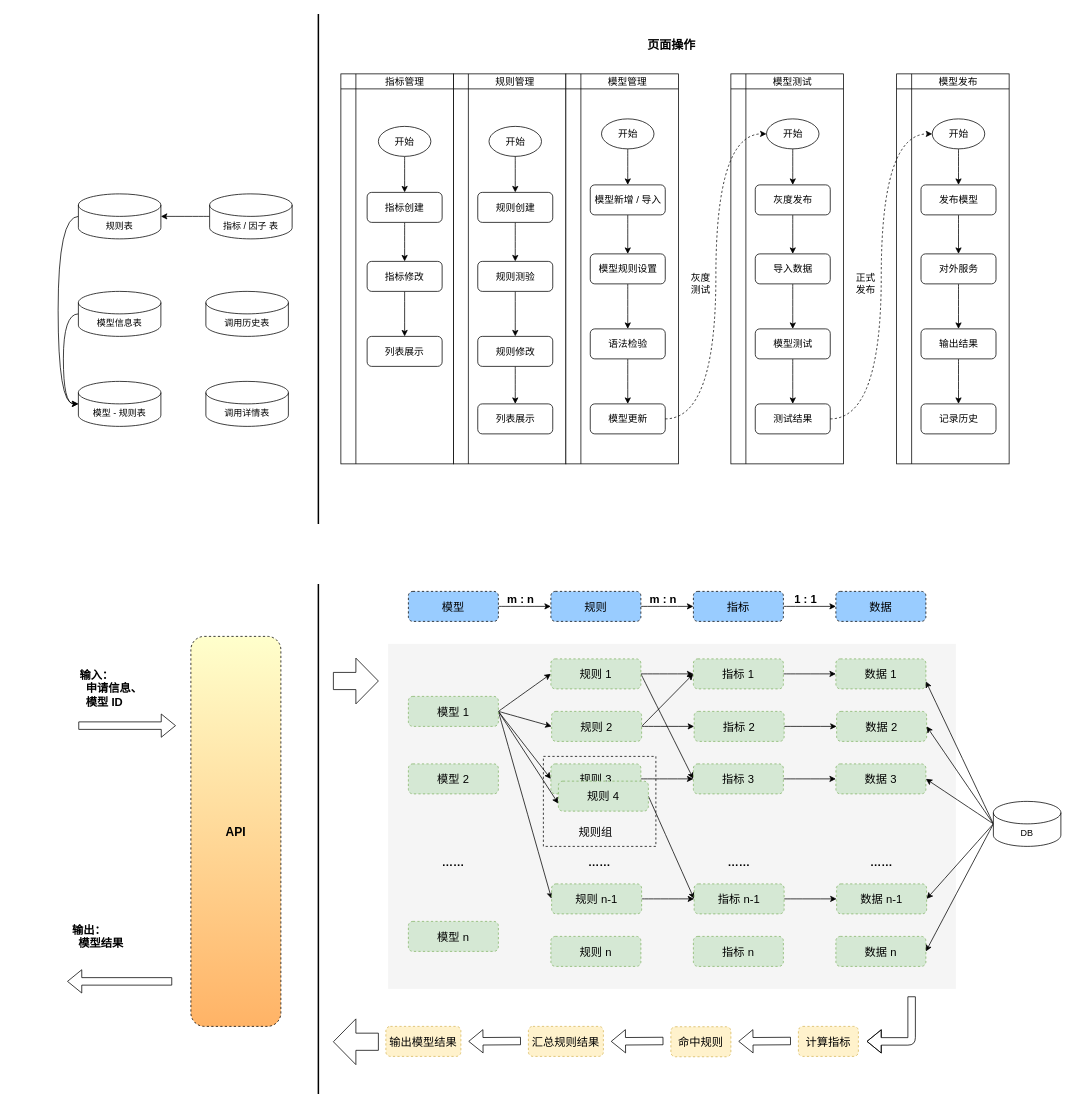
Earlier version of the draw.io diagram page "第 2 页" (2 of 2) of public/img/MapReduce.drawio (bruceFend/brucefend.github.io). Source tidied: cells renumbered, new cells numbered last; positions are measured from the earlier drawing's top-left corner, leaving out a move shared by most shapes. Both pictures are drawn from the tidied source at 75%, with x=0, y=0 at pixel (58, 14).
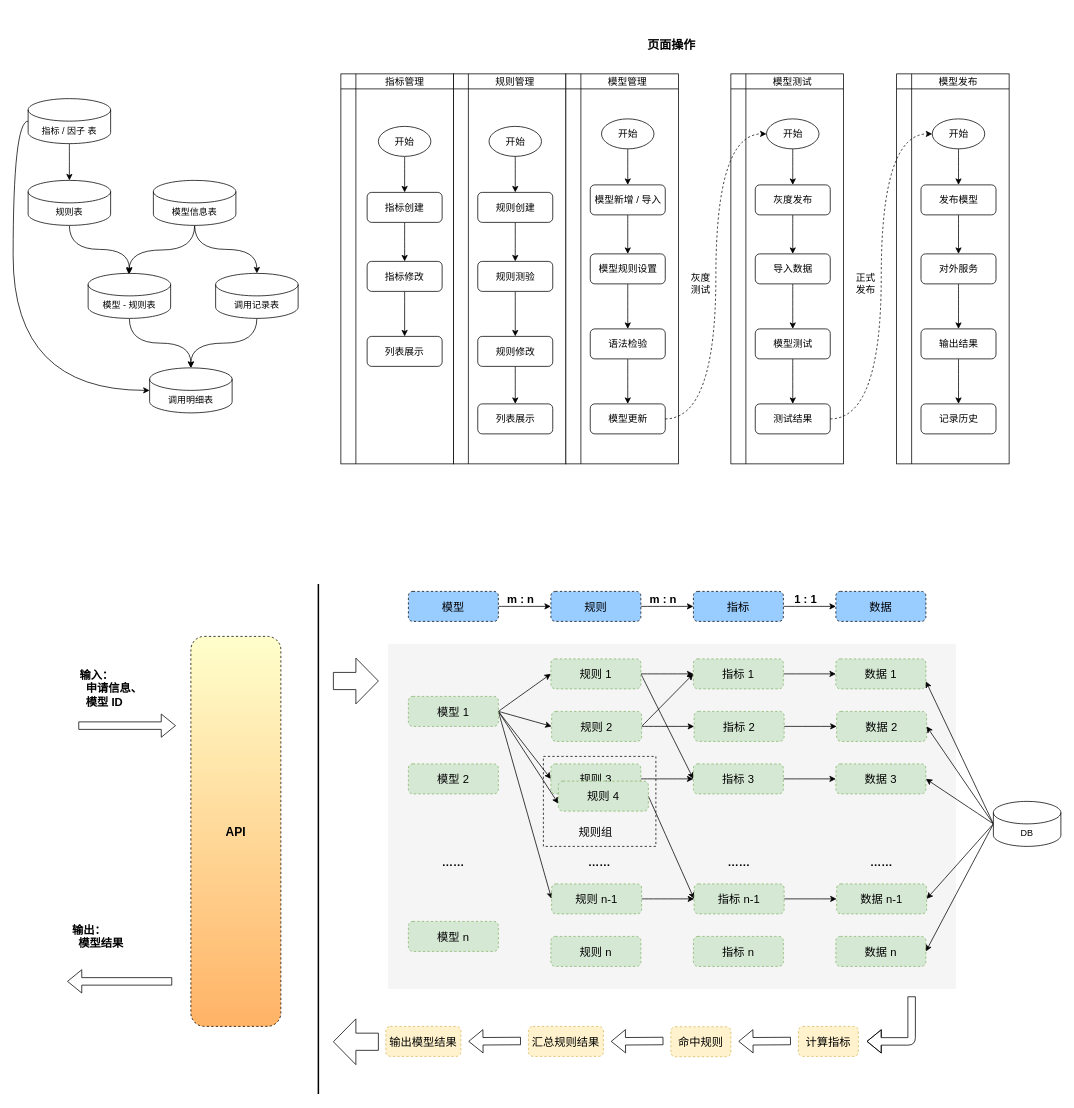
The same page after the edit.

The edit, as a diff of the source:
```diff
@@
-    <mxCell id="16" style="edgeStyle=orthogonalEdgeStyle;curved=1;rounded=0;jettySize=auto;html=1;exitX=0;exitY=0.5;exitDx=0;exitDy=0;exitPerimeter=0;entryX=1;entryY=0.5;entryDx=0;entryDy=0;entryPerimeter=0;fontSize=13;" parent="1" edge="1" source="17" target="19">
+    <mxCell id="16" style="edgeStyle=orthogonalEdgeStyle;curved=1;rounded=0;jettySize=auto;html=1;exitX=0.5;exitY=1;exitDx=0;exitDy=0;exitPerimeter=0;entryX=0.5;entryY=0;entryDx=0;entryDy=0;entryPerimeter=0;fontSize=13;" parent="1" edge="1" source="17" target="19">
       <mxGeometry relative="1" as="geometry" />
     </mxCell>
+    <mxCell id="148" style="edgeStyle=orthogonalEdgeStyle;curved=1;rounded=0;jettySize=auto;html=1;exitX=0;exitY=0.5;exitDx=0;exitDy=0;exitPerimeter=0;entryX=0;entryY=0.5;entryDx=0;entryDy=0;entryPerimeter=0;fontSize=13;" parent="1" edge="1" source="17" target="33">
+      <mxGeometry relative="1" as="geometry" />
+    </mxCell>
     <mxCell id="17" value="指标 / 因子 表" style="shape=cylinder3;whiteSpace=wrap;html=1;boundedLbl=1;backgroundOutline=1;size=15;" parent="1" vertex="1">
-      <mxGeometry x="202" y="240" width="110" height="60" as="geometry" />
+      <mxGeometry x="-40" y="113" width="110" height="60" as="geometry" />
     </mxCell>
-    <mxCell id="18" style="edgeStyle=orthogonalEdgeStyle;rounded=0;jettySize=auto;html=1;exitX=0;exitY=0.5;exitDx=0;exitDy=0;exitPerimeter=0;entryX=0;entryY=0.5;entryDx=0;entryDy=0;entryPerimeter=0;curved=1;" parent="1" edge="1" source="19" target="22">
-      <mxGeometry relative="1" as="geometry">
-        <Array as="points">
-          <mxPoint y="270" />
-          <mxPoint y="520" />
-        </Array>
-      </mxGeometry>
+    <mxCell id="18" style="edgeStyle=orthogonalEdgeStyle;curved=1;rounded=0;jettySize=auto;html=1;exitX=0.5;exitY=1;exitDx=0;exitDy=0;exitPerimeter=0;entryX=0.5;entryY=0;entryDx=0;entryDy=0;entryPerimeter=0;fontSize=13;" parent="1" edge="1" source="19" target="22">
+      <mxGeometry relative="1" as="geometry" />
     </mxCell>
     <mxCell id="19" value="规则表" style="shape=cylinder3;whiteSpace=wrap;html=1;boundedLbl=1;backgroundOutline=1;size=15;" parent="1" vertex="1">
-      <mxGeometry x="27" y="240" width="110" height="60" as="geometry" />
+      <mxGeometry x="-40" y="222" width="110" height="60" as="geometry" />
     </mxCell>
-    <mxCell id="20" style="edgeStyle=orthogonalEdgeStyle;rounded=0;jettySize=auto;html=1;exitX=0;exitY=0.5;exitDx=0;exitDy=0;exitPerimeter=0;entryX=0;entryY=0.5;entryDx=0;entryDy=0;entryPerimeter=0;curved=1;" parent="1" edge="1" source="21" target="22">
-      <mxGeometry relative="1" as="geometry">
-        <Array as="points">
-          <mxPoint x="7" y="400" />
-          <mxPoint x="7" y="520" />
-        </Array>
-      </mxGeometry>
-    </mxCell>
+    <mxCell id="149" style="edgeStyle=orthogonalEdgeStyle;curved=1;rounded=0;jettySize=auto;html=1;exitX=0.5;exitY=1;exitDx=0;exitDy=0;exitPerimeter=0;fontSize=13;" parent="1" edge="1" source="21">
+      <mxGeometry relative="1" as="geometry">
+        <mxPoint x="94.5" y="347.5" as="targetPoint" />
+      </mxGeometry>
+    </mxCell>
+    <mxCell id="150" style="edgeStyle=orthogonalEdgeStyle;curved=1;rounded=0;jettySize=auto;html=1;exitX=0.5;exitY=1;exitDx=0;exitDy=0;exitPerimeter=0;entryX=0.5;entryY=0;entryDx=0;entryDy=0;entryPerimeter=0;fontSize=13;" parent="1" edge="1" source="21" target="32">
+      <mxGeometry relative="1" as="geometry" />
+    </mxCell>
     <mxCell id="21" value="模型信息表" style="shape=cylinder3;whiteSpace=wrap;html=1;boundedLbl=1;backgroundOutline=1;size=15;" parent="1" vertex="1">
-      <mxGeometry x="27" y="370" width="110" height="60" as="geometry" />
+      <mxGeometry x="127" y="222" width="110" height="60" as="geometry" />
     </mxCell>
+    <mxCell id="151" style="edgeStyle=orthogonalEdgeStyle;curved=1;rounded=0;jettySize=auto;html=1;exitX=0.5;exitY=1;exitDx=0;exitDy=0;exitPerimeter=0;fontSize=13;entryX=0.5;entryY=0;entryDx=0;entryDy=0;entryPerimeter=0;" parent="1" edge="1" source="22" target="33">
+      <mxGeometry relative="1" as="geometry" />
+    </mxCell>
     <mxCell id="22" value="模型 - 规则表" style="shape=cylinder3;whiteSpace=wrap;html=1;boundedLbl=1;backgroundOutline=1;size=15;" parent="1" vertex="1">
-      <mxGeometry x="27" y="490" width="110" height="60" as="geometry" />
+      <mxGeometry x="40" y="346" width="110" height="60" as="geometry" />
     </mxCell>
-    <mxCell id="23" style="endArrow=none;html=1;strokeWidth=2;curved=1;" parent="1" edge="1">
-      <mxGeometry relative="1" as="geometry">
-        <mxPoint x="347" y="680" as="sourcePoint" />
-        <mxPoint x="347" as="targetPoint" />
-      </mxGeometry>
-    </mxCell>
@@
+    <mxCell id="152" style="edgeStyle=orthogonalEdgeStyle;curved=1;rounded=0;jettySize=auto;html=1;exitX=0.5;exitY=1;exitDx=0;exitDy=0;exitPerimeter=0;entryX=0.5;entryY=0;entryDx=0;entryDy=0;entryPerimeter=0;fontSize=13;" parent="1" edge="1" source="32" target="33">
+      <mxGeometry relative="1" as="geometry" />
+    </mxCell>
-    <mxCell id="32" value="调用历史表" style="shape=cylinder3;whiteSpace=wrap;html=1;boundedLbl=1;backgroundOutline=1;size=15;" parent="1" vertex="1">
-      <mxGeometry x="197" y="370" width="110" height="60" as="geometry" />
+    <mxCell id="32" value="调用记录表" style="shape=cylinder3;whiteSpace=wrap;html=1;boundedLbl=1;backgroundOutline=1;size=15;" parent="1" vertex="1">
+      <mxGeometry x="210" y="346" width="110" height="60" as="geometry" />
     </mxCell>
-    <mxCell id="33" value="调用详情表" style="shape=cylinder3;whiteSpace=wrap;html=1;boundedLbl=1;backgroundOutline=1;size=15;" parent="1" vertex="1">
-      <mxGeometry x="197" y="490" width="110" height="60" as="geometry" />
+    <mxCell id="33" value="调用明细表" style="shape=cylinder3;whiteSpace=wrap;html=1;boundedLbl=1;backgroundOutline=1;size=15;" parent="1" vertex="1">
+      <mxGeometry x="122" y="472" width="110" height="60" as="geometry" />
     </mxCell>
```
